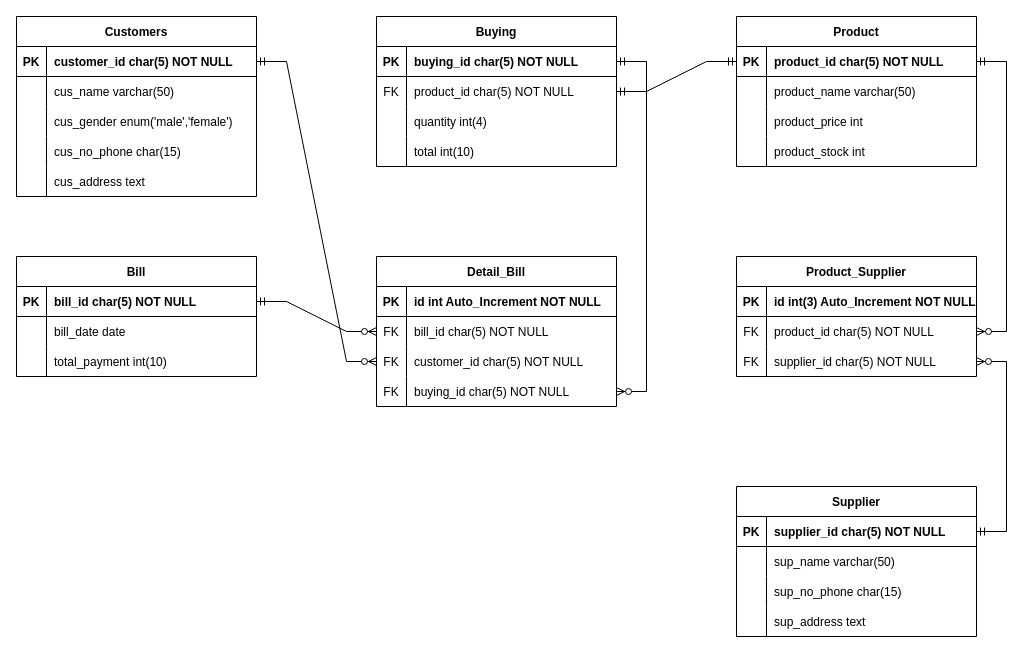
Before: Retail-TPA4.drawio in aznfl/Online-Retail-Database-Design, a draw.io diagram. Source tidied: cells renumbered, new cells numbered last; positions are measured from the earlier drawing's top-left corner, leaving out a move shared by most shapes. Both pictures are drawn from the tidied source at 100%, with x=0, y=0 at pixel (16, 16).
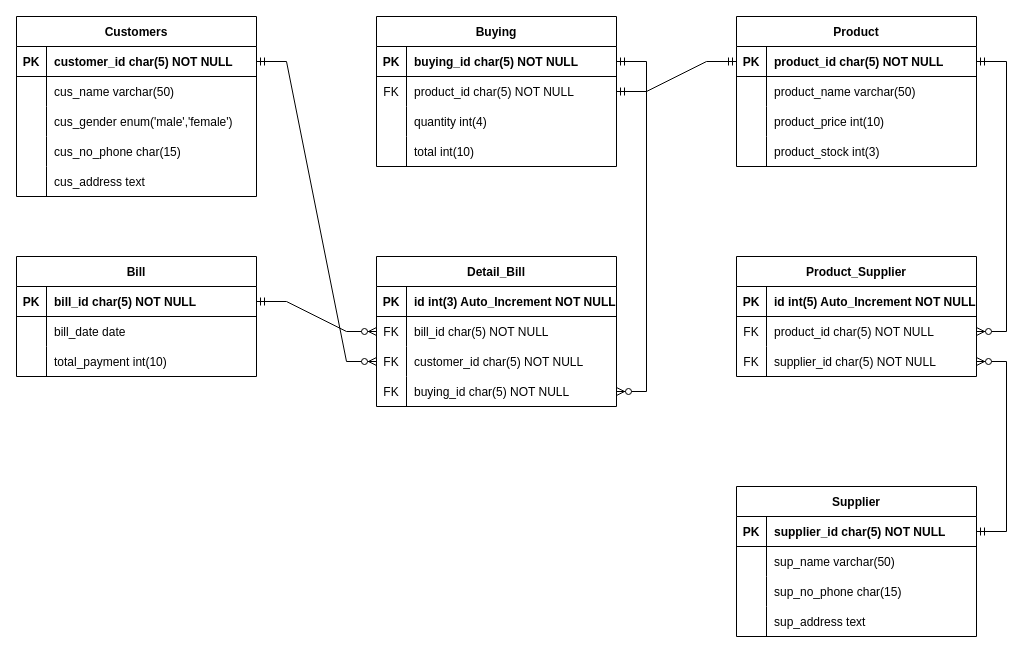
After the change.

Unchanged cells that the change refers to:
```xml
<mxCell id="3" style="shape=partialRectangle;fillColor=none;top=0;left=0;right=0;bottom=1;" parent="2" vertex="1">
  <mxGeometry y="30" width="240" height="30" as="geometry" />
</mxCell>
<mxCell id="22" style="shape=tableRow;horizontal=0;startSize=0;swimlaneHead=0;swimlaneBody=0;fillColor=none;top=0;left=0;right=0;bottom=0;" parent="15" vertex="1">
  <mxGeometry y="90" width="240" height="30" as="geometry" />
</mxCell>
<mxCell id="25" style="shape=tableRow;horizontal=0;startSize=0;swimlaneHead=0;swimlaneBody=0;fillColor=none;top=0;left=0;right=0;bottom=0;" parent="15" vertex="1">
  <mxGeometry y="120" width="240" height="30" as="geometry" />
</mxCell>
<mxCell id="60" style="shape=partialRectangle;fillColor=none;top=0;left=0;right=0;bottom=1;" parent="59" vertex="1">
  <mxGeometry y="30" width="240" height="30" as="geometry" />
</mxCell>
```

Diff of the diagram source:
```diff
@@
-    <mxCell id="5" value="id int Auto_Increment NOT NULL " style="shape=partialRectangle;overflow=hidden;fillColor=none;top=0;left=0;bottom=0;right=0;align=left;spacingLeft=6;fontStyle=1;" parent="3" vertex="1">
+    <mxCell id="5" value="id int(3) Auto_Increment NOT NULL " style="shape=partialRectangle;overflow=hidden;fillColor=none;top=0;left=0;bottom=0;right=0;align=left;spacingLeft=6;fontStyle=1;" parent="3" vertex="1">
       <mxGeometry x="30" width="210" height="30" as="geometry" />
     </mxCell>
@@
-    <mxCell id="24" value="product_price int" style="shape=partialRectangle;fillColor=none;top=0;left=0;bottom=0;right=0;align=left;spacingLeft=6;overflow=hidden;" parent="22" vertex="1">
+    <mxCell id="24" value="product_price int(10)" style="shape=partialRectangle;fillColor=none;top=0;left=0;bottom=0;right=0;align=left;spacingLeft=6;overflow=hidden;" parent="22" vertex="1">
       <mxGeometry x="30" width="210" height="30" as="geometry" />
     </mxCell>
@@
-    <mxCell id="27" value="product_stock int" style="shape=partialRectangle;fillColor=none;top=0;left=0;bottom=0;right=0;align=left;spacingLeft=6;overflow=hidden;" parent="25" vertex="1">
+    <mxCell id="27" value="product_stock int(3)" style="shape=partialRectangle;fillColor=none;top=0;left=0;bottom=0;right=0;align=left;spacingLeft=6;overflow=hidden;" parent="25" vertex="1">
       <mxGeometry x="30" width="210" height="30" as="geometry" />
     </mxCell>
@@
-    <mxCell id="62" value="id int(3) Auto_Increment NOT NULL " style="shape=partialRectangle;overflow=hidden;fillColor=none;top=0;left=0;bottom=0;right=0;align=left;spacingLeft=6;fontStyle=1;" parent="60" vertex="1">
+    <mxCell id="62" value="id int(5) Auto_Increment NOT NULL " style="shape=partialRectangle;overflow=hidden;fillColor=none;top=0;left=0;bottom=0;right=0;align=left;spacingLeft=6;fontStyle=1;" parent="60" vertex="1">
       <mxGeometry x="30" width="210" height="30" as="geometry" />
     </mxCell>
```
